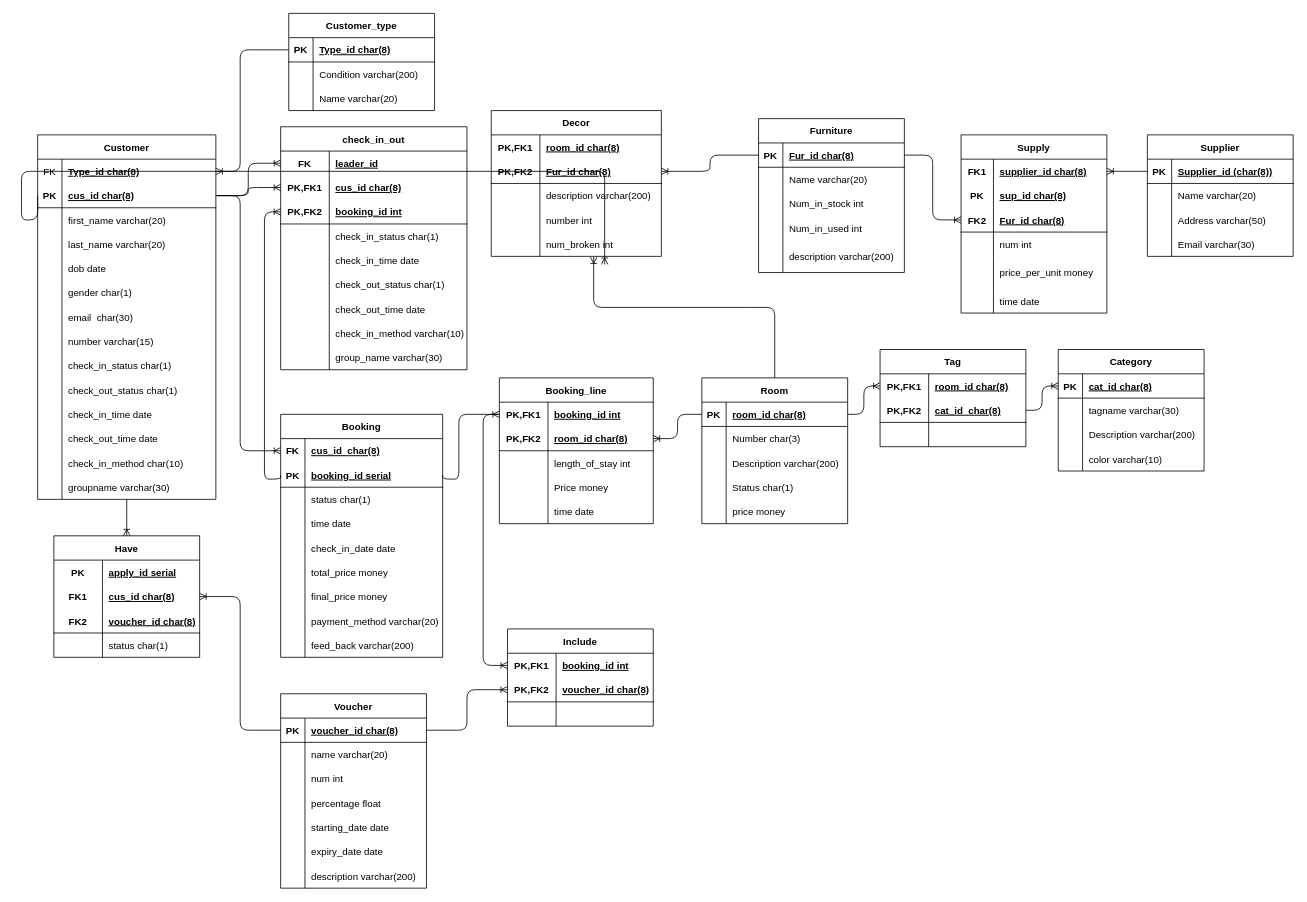
Before: page "Page-1" (1 of 2) of hotel.drawio in ddtd146/hotel-management-system-, a draw.io diagram. Source tidied: cells renumbered, new cells numbered last; positions are measured from the earlier drawing's top-left corner, leaving out a move shared by most shapes. Both pictures are drawn from the tidied source at 81%, with x=0, y=0 at pixel (21, 13).
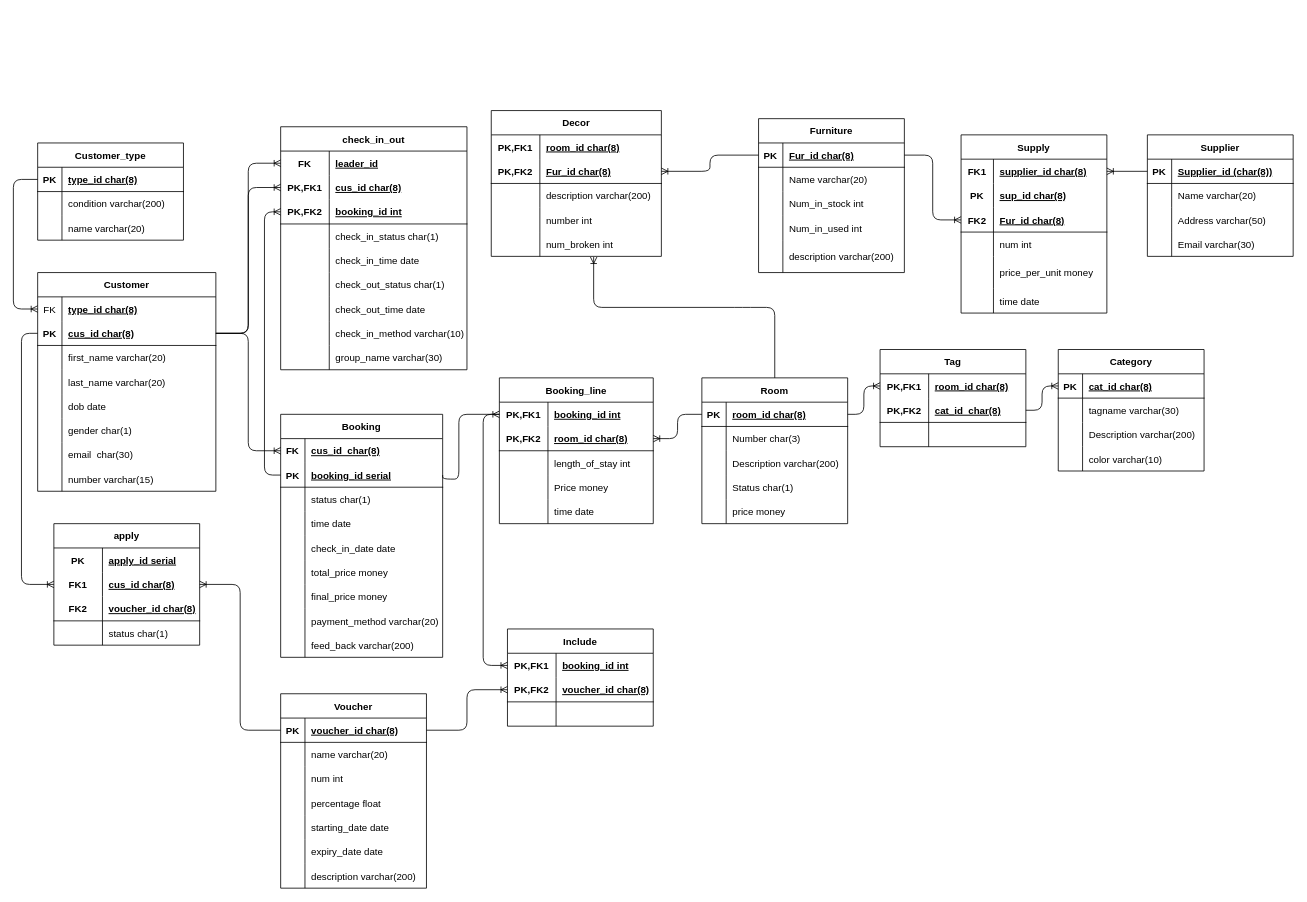
The same page after the edit.

Unchanged cells that the change refers to:
```xml
<mxCell id="3" style="shape=tableRow;horizontal=0;startSize=0;swimlaneHead=0;swimlaneBody=0;fillColor=none;points=[[0,0.5],[1,0.5]];portConstraint=eastwest;top=0;left=0;right=0;bottom=0;" parent="2" vertex="1">
  <mxGeometry y="30" width="220" height="30" as="geometry" />
</mxCell>
<mxCell id="6" style="shape=tableRow;horizontal=0;startSize=0;swimlaneHead=0;swimlaneBody=0;fillColor=none;points=[[0,0.5],[1,0.5]];portConstraint=eastwest;top=0;left=0;right=0;bottom=1;" parent="2" vertex="1">
  <mxGeometry y="60" width="220" height="30" as="geometry" />
</mxCell>
<mxCell id="63" style="shape=tableRow;horizontal=0;startSize=0;swimlaneHead=0;swimlaneBody=0;fillColor=none;points=[[0,0.5],[1,0.5]];portConstraint=eastwest;top=0;left=0;right=0;bottom=1;" parent="62" vertex="1">
  <mxGeometry y="30" width="180" height="30" as="geometry" />
</mxCell>
<mxCell id="66" style="shape=tableRow;horizontal=0;startSize=0;swimlaneHead=0;swimlaneBody=0;fillColor=none;top=0;left=0;right=0;bottom=0;" parent="62" vertex="1">
  <mxGeometry y="60" width="180" height="30" as="geometry" />
</mxCell>
<mxCell id="69" style="shape=tableRow;horizontal=0;startSize=0;swimlaneHead=0;swimlaneBody=0;fillColor=none;top=0;left=0;right=0;bottom=0;" parent="62" vertex="1">
  <mxGeometry y="90" width="180" height="30" as="geometry" />
</mxCell>
<mxCell id="137" style="shape=tableRow;horizontal=0;startSize=0;swimlaneHead=0;swimlaneBody=0;fillColor=none;points=[[0,0.5],[1,0.5]];portConstraint=eastwest;top=0;left=0;right=0;bottom=0;" parent="136" vertex="1">
  <mxGeometry y="30" width="200" height="30" as="geometry" />
</mxCell>
<mxCell id="140" style="shape=tableRow;horizontal=0;startSize=0;swimlaneHead=0;swimlaneBody=0;fillColor=none;points=[[0,0.5],[1,0.5]];portConstraint=eastwest;top=0;left=0;right=0;bottom=1;" parent="136" vertex="1">
  <mxGeometry y="60" width="200" height="30" as="geometry" />
</mxCell>
<mxCell id="184" style="shape=tableRow;horizontal=0;startSize=0;swimlaneHead=0;swimlaneBody=0;fillColor=none;points=[[0,0.5],[1,0.5]];portConstraint=eastwest;top=0;left=0;right=0;bottom=0;" parent="180" vertex="1">
  <mxGeometry y="60" width="180" height="30" as="geometry" />
</mxCell>
<mxCell id="273" style="shape=tableRow;horizontal=0;startSize=0;swimlaneHead=0;swimlaneBody=0;fillColor=none;points=[[0,0.5],[1,0.5]];portConstraint=eastwest;top=0;left=0;right=0;bottom=1;" parent="266" vertex="1">
  <mxGeometry y="90" width="230" height="30" as="geometry" />
</mxCell>
```

Change to the diagram source:
```diff
@@
     <mxCell id="2" value="Customer" style="shape=table;startSize=30;childLayout=tableLayout;rowLines=0;fontStyle=1;align=center;" parent="1" vertex="1">
-      <mxGeometry x="20" y="150" width="220" height="450" as="geometry" />
+      <mxGeometry x="20" y="320" width="220" height="270" as="geometry" />
     </mxCell>
@@
-    <mxCell id="5" value="Type_id char(8)" style="shape=partialRectangle;fillColor=none;top=0;left=0;bottom=0;right=0;align=left;spacingLeft=6;overflow=hidden;fontStyle=5;" parent="3" vertex="1">
+    <mxCell id="5" value="type_id char(8)" style="shape=partialRectangle;fillColor=none;top=0;left=0;bottom=0;right=0;align=left;spacingLeft=6;overflow=hidden;fontStyle=5;" parent="3" vertex="1">
       <mxGeometry x="30" width="190" height="30" as="geometry" />
     </mxCell>
@@
-    <mxCell id="27" style="shape=tableRow;horizontal=0;startSize=0;swimlaneHead=0;swimlaneBody=0;fillColor=none;top=0;left=0;right=0;bottom=0;" parent="2" vertex="1">
-      <mxGeometry y="270" width="220" height="30" as="geometry" />
-    </mxCell>
-    <mxCell id="28" style="shape=partialRectangle;fillColor=none;top=0;left=0;bottom=0;right=0;overflow=hidden;" parent="27" vertex="1">
-      <mxGeometry width="30" height="30" as="geometry" />
-    </mxCell>
-    <mxCell id="29" style="shape=partialRectangle;fillColor=none;top=0;left=0;bottom=0;right=0;align=left;spacingLeft=6;overflow=hidden;" parent="27" vertex="1">
-      <mxGeometry x="30" width="190" height="30" as="geometry" />
-    </mxCell>
-    <mxCell id="30" style="shape=tableRow;horizontal=0;startSize=0;swimlaneHead=0;swimlaneBody=0;fillColor=none;top=0;left=0;right=0;bottom=0;" parent="2" vertex="1">
-      <mxGeometry y="300" width="220" height="30" as="geometry" />
-    </mxCell>
-    <mxCell id="31" style="shape=partialRectangle;fillColor=none;top=0;left=0;bottom=0;right=0;overflow=hidden;" parent="30" vertex="1">
-      <mxGeometry width="30" height="30" as="geometry" />
-    </mxCell>
-    <mxCell id="32" style="shape=partialRectangle;fillColor=none;top=0;left=0;bottom=0;right=0;align=left;spacingLeft=6;overflow=hidden;" parent="30" vertex="1">
-      <mxGeometry x="30" width="190" height="30" as="geometry" />
-    </mxCell>
-    <mxCell id="33" style="shape=tableRow;horizontal=0;startSize=0;swimlaneHead=0;swimlaneBody=0;fillColor=none;top=0;left=0;right=0;bottom=0;" parent="2" vertex="1">
-      <mxGeometry y="330" width="220" height="30" as="geometry" />
-    </mxCell>
-    <mxCell id="34" style="shape=partialRectangle;fillColor=none;top=0;left=0;bottom=0;right=0;overflow=hidden;" parent="33" vertex="1">
-      <mxGeometry width="30" height="30" as="geometry" />
-    </mxCell>
-    <mxCell id="35" style="shape=partialRectangle;fillColor=none;top=0;left=0;bottom=0;right=0;align=left;spacingLeft=6;overflow=hidden;" parent="33" vertex="1">
-      <mxGeometry x="30" width="190" height="30" as="geometry" />
-    </mxCell>
-    <mxCell id="36" style="shape=tableRow;horizontal=0;startSize=0;swimlaneHead=0;swimlaneBody=0;fillColor=none;top=0;left=0;right=0;bottom=0;" parent="2" vertex="1">
-      <mxGeometry y="360" width="220" height="30" as="geometry" />
-    </mxCell>
-    <mxCell id="37" style="shape=partialRectangle;fillColor=none;top=0;left=0;bottom=0;right=0;overflow=hidden;" parent="36" vertex="1">
-      <mxGeometry width="30" height="30" as="geometry" />
-    </mxCell>
-    <mxCell id="38" style="shape=partialRectangle;fillColor=none;top=0;left=0;bottom=0;right=0;align=left;spacingLeft=6;overflow=hidden;" parent="36" vertex="1">
-      <mxGeometry x="30" width="190" height="30" as="geometry" />
-    </mxCell>
-    <mxCell id="39" style="shape=tableRow;horizontal=0;startSize=0;swimlaneHead=0;swimlaneBody=0;fillColor=none;top=0;left=0;right=0;bottom=0;" parent="2" vertex="1">
-      <mxGeometry y="390" width="220" height="30" as="geometry" />
-    </mxCell>
-    <mxCell id="40" style="shape=partialRectangle;fillColor=none;top=0;left=0;bottom=0;right=0;overflow=hidden;" parent="39" vertex="1">
-      <mxGeometry width="30" height="30" as="geometry" />
-    </mxCell>
-    <mxCell id="41" style="shape=partialRectangle;fillColor=none;top=0;left=0;bottom=0;right=0;align=left;spacingLeft=6;overflow=hidden;" parent="39" vertex="1">
-      <mxGeometry x="30" width="190" height="30" as="geometry" />
-    </mxCell>
-    <mxCell id="42" style="edgeStyle=orthogonalEdgeStyle;fontSize=12;html=1;endArrow=ERoneToMany;exitX=0;exitY=0.5;exitDx=0;exitDy=0;entryX=0;entryY=0.5;entryDx=0;entryDy=0;" parent="2" edge="1" source="6">
-      <mxGeometry relative="1" as="geometry">
-        <mxPoint x="700" y="160" as="targetPoint" />
-        <Array as="points">
-          <mxPoint x="-20" y="105" />
-          <mxPoint x="-20" y="45" />
-        </Array>
-      </mxGeometry>
-    </mxCell>
-    <mxCell id="43" style="shape=tableRow;horizontal=0;startSize=0;swimlaneHead=0;swimlaneBody=0;fillColor=none;top=0;left=0;right=0;bottom=0;" parent="2" vertex="1">
-      <mxGeometry y="420" width="220" height="30" as="geometry" />
-    </mxCell>
-    <mxCell id="44" style="shape=partialRectangle;fillColor=none;top=0;left=0;bottom=0;right=0;overflow=hidden;" parent="43" vertex="1">
-      <mxGeometry width="30" height="30" as="geometry" />
-    </mxCell>
-    <mxCell id="45" value="groupname varchar(30)" style="shape=partialRectangle;fillColor=none;top=0;left=0;bottom=0;right=0;align=left;spacingLeft=6;overflow=hidden;" parent="43" vertex="1">
-      <mxGeometry x="30" width="190" height="30" as="geometry" />
-    </mxCell>
@@
     <mxCell id="62" value="Customer_type" style="shape=table;startSize=30;childLayout=tableLayout;rowLines=0;fontStyle=1;align=center;" parent="1" vertex="1">
-      <mxGeometry x="330" width="180" height="120" as="geometry" />
+      <mxGeometry x="20" y="160" width="180" height="120" as="geometry" />
     </mxCell>
@@
-    <mxCell id="65" value="Type_id char(8)" style="shape=partialRectangle;fillColor=none;top=0;left=0;bottom=0;right=0;align=left;spacingLeft=6;fontStyle=5;overflow=hidden;" parent="63" vertex="1">
+    <mxCell id="65" value="type_id char(8)" style="shape=partialRectangle;fillColor=none;top=0;left=0;bottom=0;right=0;align=left;spacingLeft=6;fontStyle=5;overflow=hidden;" parent="63" vertex="1">
       <mxGeometry x="30" width="150" height="30" as="geometry" />
     </mxCell>
@@
-    <mxCell id="68" value="Condition varchar(200)" style="shape=partialRectangle;fillColor=none;top=0;left=0;bottom=0;right=0;align=left;spacingLeft=6;overflow=hidden;" parent="66" vertex="1">
+    <mxCell id="68" value="condition varchar(200)" style="shape=partialRectangle;fillColor=none;top=0;left=0;bottom=0;right=0;align=left;spacingLeft=6;overflow=hidden;" parent="66" vertex="1">
       <mxGeometry x="30" width="150" height="30" as="geometry" />
     </mxCell>
@@
-    <mxCell id="71" value="Name varchar(20)" style="shape=partialRectangle;fillColor=none;top=0;left=0;bottom=0;right=0;align=left;spacingLeft=6;overflow=hidden;" parent="69" vertex="1">
+    <mxCell id="71" value="name varchar(20)" style="shape=partialRectangle;fillColor=none;top=0;left=0;bottom=0;right=0;align=left;spacingLeft=6;overflow=hidden;" parent="69" vertex="1">
       <mxGeometry x="30" width="150" height="30" as="geometry" />
     </mxCell>
@@
-    <mxCell id="180" value="Have" style="shape=table;startSize=30;childLayout=tableLayout;rowLines=0;fontStyle=1;align=center;" parent="1" vertex="1">
-      <mxGeometry x="40" y="645" width="180" height="150" as="geometry" />
+    <mxCell id="180" value="apply" style="shape=table;startSize=30;childLayout=tableLayout;rowLines=0;fontStyle=1;align=center;" parent="1" vertex="1">
+      <mxGeometry x="40" y="630" width="180" height="150" as="geometry" />
     </mxCell>
@@
-    <mxCell id="222" style="fontSize=12;html=1;endArrow=ERoneToMany;exitX=0;exitY=0.5;exitDx=0;exitDy=0;entryX=1;entryY=0.5;entryDx=0;entryDy=0;edgeStyle=orthogonalEdgeStyle;" parent="1" edge="1" source="63" target="3">
+    <mxCell id="222" style="fontSize=12;html=1;endArrow=ERoneToMany;exitX=0;exitY=0.5;exitDx=0;exitDy=0;entryX=0;entryY=0.5;entryDx=0;entryDy=0;edgeStyle=orthogonalEdgeStyle;" parent="1" edge="1" source="63" target="3">
       <mxGeometry relative="1" as="geometry">
         <Array as="points">
-          <mxPoint x="270" y="45" />
-          <mxPoint x="270" y="195" />
+          <mxPoint x="-10" y="205" />
+          <mxPoint x="-10" y="365" />
         </Array>
       </mxGeometry>
     </mxCell>
@@
     <mxCell id="240" style="edgeStyle=elbowEdgeStyle;fontSize=12;html=1;endArrow=ERoneToMany;exitX=1;exitY=0.5;exitDx=0;exitDy=0;entryX=0;entryY=0.5;entryDx=0;entryDy=0;" parent="1" edge="1" source="6" target="137">
       <mxGeometry relative="1" as="geometry">
         <Array as="points">
+          <mxPoint x="280" y="440" />
           <mxPoint x="270" y="250" />
         </Array>
       </mxGeometry>
     </mxCell>
@@
-    <mxCell id="243" value="check_in_status char(1)" style="shape=partialRectangle;fillColor=none;top=0;left=0;bottom=0;right=0;align=left;spacingLeft=6;overflow=hidden;" parent="1" vertex="1">
-      <mxGeometry x="50" y="420" width="180" height="30" as="geometry" />
-    </mxCell>
-    <mxCell id="244" value="check_out_status char(1)" style="shape=partialRectangle;fillColor=none;top=0;left=0;bottom=0;right=0;align=left;spacingLeft=6;overflow=hidden;" parent="1" vertex="1">
-      <mxGeometry x="50" y="450" width="180" height="30" as="geometry" />
-    </mxCell>
-    <mxCell id="245" value="check_in_time date" style="shape=partialRectangle;fillColor=none;top=0;left=0;bottom=0;right=0;align=left;spacingLeft=6;overflow=hidden;" parent="1" vertex="1">
-      <mxGeometry x="50" y="480" width="180" height="30" as="geometry" />
-    </mxCell>
-    <mxCell id="246" value="check_out_time date" style="shape=partialRectangle;fillColor=none;top=0;left=0;bottom=0;right=0;align=left;spacingLeft=6;overflow=hidden;" parent="1" vertex="1">
-      <mxGeometry x="50" y="510" width="190" height="30" as="geometry" />
-    </mxCell>
-    <mxCell id="247" value="check_in_method char(10)" style="shape=partialRectangle;fillColor=none;top=0;left=0;bottom=0;right=0;align=left;spacingLeft=6;overflow=hidden;" parent="1" vertex="1">
-      <mxGeometry x="50" y="540" width="180" height="30" as="geometry" />
-    </mxCell>
@@
-    <mxCell id="250" style="fontSize=12;html=1;endArrow=ERoneToMany;entryX=0.5;entryY=0;entryDx=0;entryDy=0;exitX=0.5;exitY=1;exitDx=0;exitDy=0;" parent="1" edge="1" source="2" target="180">
-      <mxGeometry relative="1" as="geometry" />
+    <mxCell id="250" style="fontSize=12;html=1;endArrow=ERoneToMany;entryX=0;entryY=0.5;entryDx=0;entryDy=0;exitX=0;exitY=0.5;exitDx=0;exitDy=0;edgeStyle=orthogonalEdgeStyle;" parent="1" edge="1" source="6" target="184">
+      <mxGeometry relative="1" as="geometry">
+        <Array as="points">
+          <mxPoint y="395" />
+          <mxPoint y="705" />
+        </Array>
+      </mxGeometry>
     </mxCell>
@@
     <mxCell id="296" style="fontSize=12;html=1;endArrow=ERoneToMany;edgeStyle=orthogonalEdgeStyle;exitX=0;exitY=0.5;exitDx=0;exitDy=0;entryX=0;entryY=0.5;entryDx=0;entryDy=0;" parent="1" edge="1" source="140" target="273">
       <mxGeometry relative="1" as="geometry">
         <Array as="points">
-          <mxPoint x="300" y="575" />
+          <mxPoint x="300" y="570" />
           <mxPoint x="300" y="245" />
         </Array>
       </mxGeometry>
     </mxCell>
```
